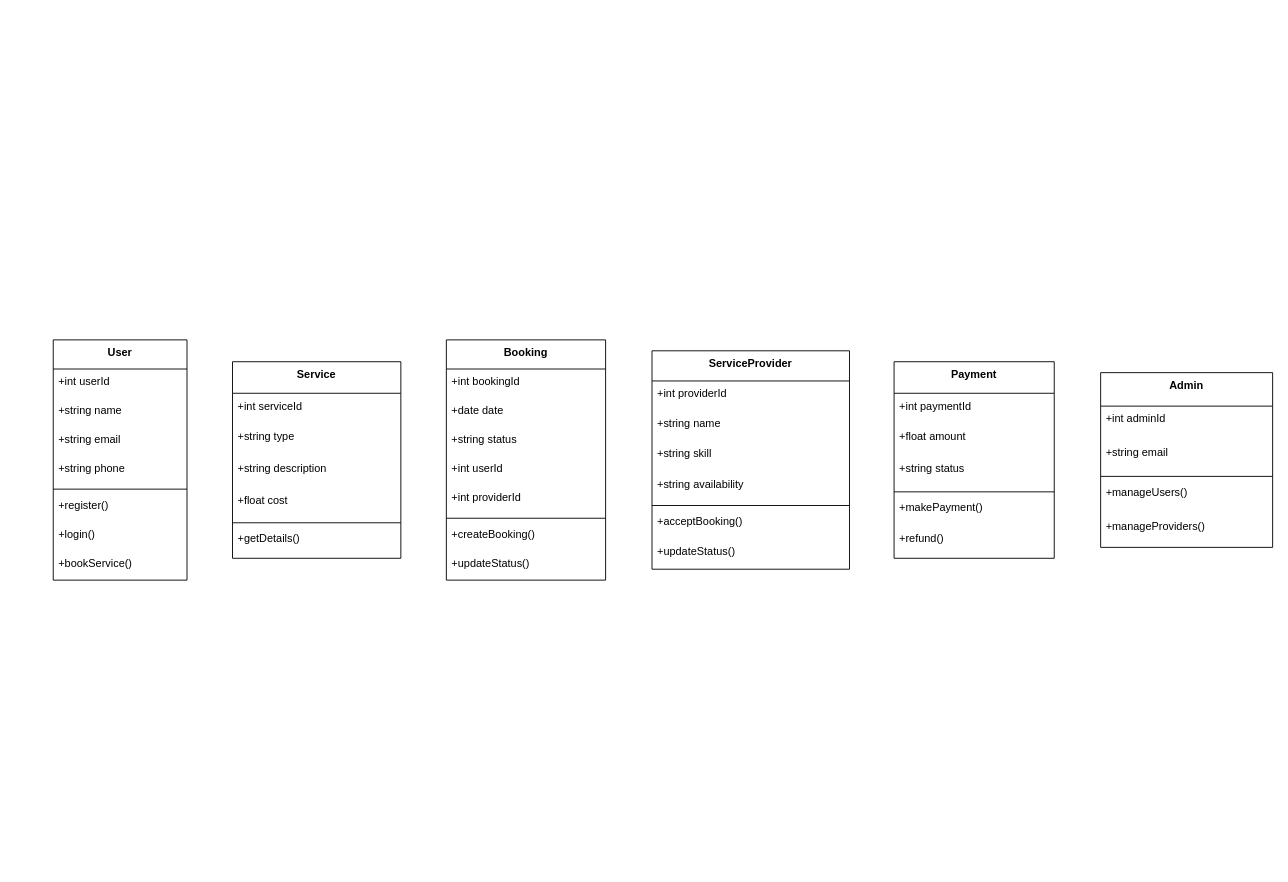
Above: Untitled Diagram.drawio in Dhanush29036/ok (draw.io), before the change. Source tidied: cells renumbered, new cells numbered last; positions are measured from the earlier drawing's top-left corner, leaving out a move shared by most shapes. Both pictures are drawn from the tidied source at 91%, with x=0, y=0 at pixel (53, 339).
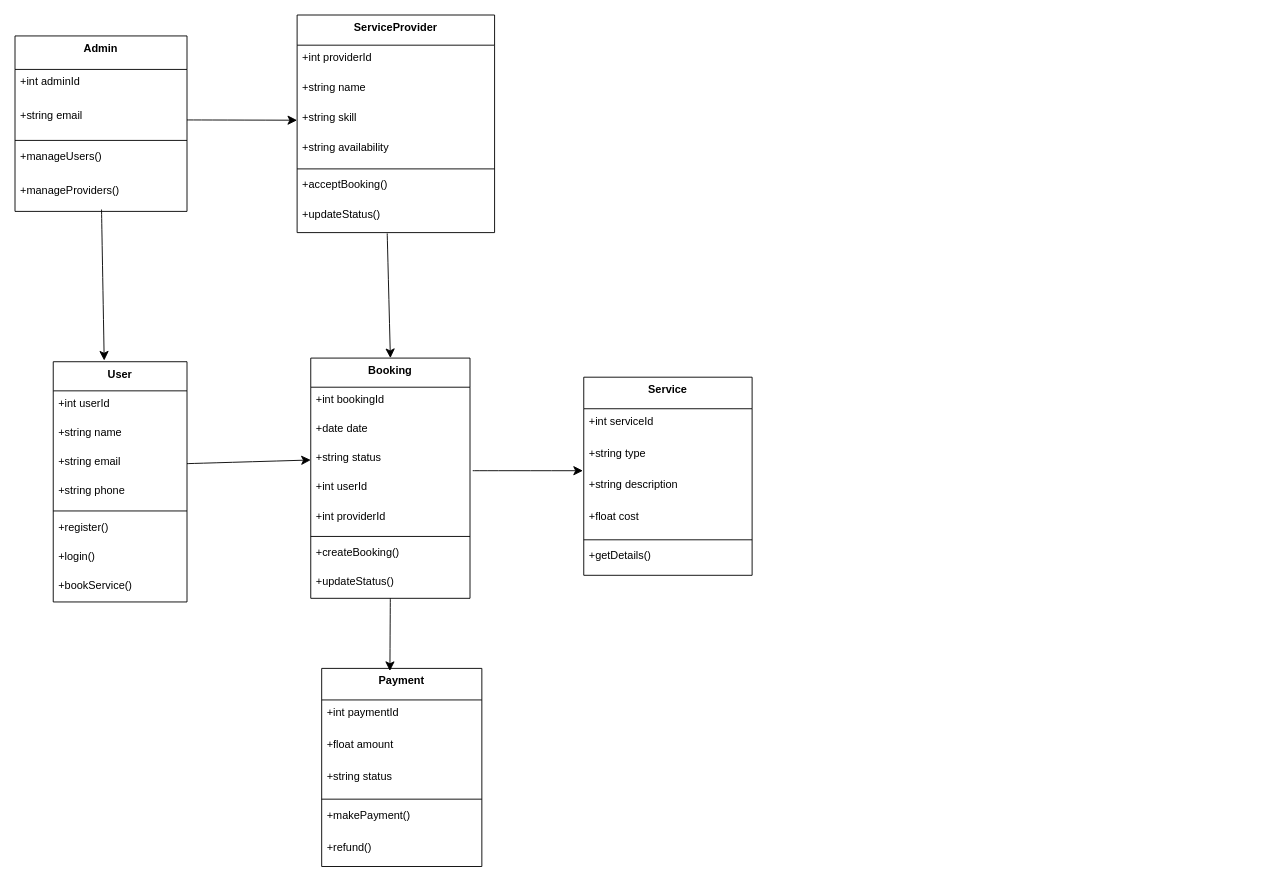
The same diagram, later.

The change refers to these unchanged cells:
```xml
<mxCell id="5" value="+string email" style="text;strokeColor=none;fillColor=none;align=left;verticalAlign=top;spacingLeft=4;spacingRight=4;overflow=hidden;points=[[0,0.5],[1,0.5]];portConstraint=eastwest;" parent="2" vertex="1">
  <mxGeometry y="96" width="147" height="32" as="geometry" />
</mxCell>
<mxCell id="21" value="+string status" style="text;strokeColor=none;fillColor=none;align=left;verticalAlign=top;spacingLeft=4;spacingRight=4;overflow=hidden;points=[[0,0.5],[1,0.5]];portConstraint=eastwest;" parent="18" vertex="1">
  <mxGeometry y="96" width="175" height="32" as="geometry" />
</mxCell>
<mxCell id="26" value="+updateStatus()" style="text;strokeColor=none;fillColor=none;align=left;verticalAlign=top;spacingLeft=4;spacingRight=4;overflow=hidden;points=[[0,0.5],[1,0.5]];portConstraint=eastwest;" parent="18" vertex="1">
  <mxGeometry y="232" width="175" height="32" as="geometry" />
</mxCell>
```

Change to the diagram source:
```diff
@@
     <mxCell id="2" value="User" style="swimlane;fontStyle=1;align=center;verticalAlign=top;horizontal=1;startSize=32;" parent="1" vertex="1">
-      <mxGeometry width="147" height="264" as="geometry" />
+      <mxGeometry y="24" width="147" height="264" as="geometry" />
     </mxCell>
@@
     <mxCell id="11" value="Service" style="swimlane;fontStyle=1;align=center;verticalAlign=top;horizontal=1;startSize=34.666666666666664;" parent="1" vertex="1">
-      <mxGeometry x="197" y="24" width="185" height="216" as="geometry" />
+      <mxGeometry x="583" y="41" width="185" height="217.7" as="geometry" />
     </mxCell>
     <mxCell id="12" value="+int serviceId" style="text;strokeColor=none;fillColor=none;align=left;verticalAlign=top;spacingLeft=4;spacingRight=4;overflow=hidden;" parent="11" vertex="1">
-      <mxGeometry y="35" width="185" height="35" as="geometry" />
+      <mxGeometry y="34.7" width="185" height="35" as="geometry" />
     </mxCell>
     <mxCell id="13" value="+string type" style="text;strokeColor=none;fillColor=none;align=left;verticalAlign=top;spacingLeft=4;spacingRight=4;overflow=hidden;" parent="11" vertex="1">
-      <mxGeometry y="69" width="185" height="35" as="geometry" />
+      <mxGeometry y="69.7" width="185" height="35" as="geometry" />
     </mxCell>
     <mxCell id="14" value="+string description" style="text;strokeColor=none;fillColor=none;align=left;verticalAlign=top;spacingLeft=4;spacingRight=4;overflow=hidden;points=[[0,0.5],[1,0.5]];portConstraint=eastwest;" parent="11" vertex="1">
-      <mxGeometry y="104" width="185" height="35" as="geometry" />
+      <mxGeometry y="104.7" width="185" height="35" as="geometry" />
     </mxCell>
     <mxCell id="15" value="+float cost" style="text;strokeColor=none;fillColor=none;align=left;verticalAlign=top;spacingLeft=4;spacingRight=4;overflow=hidden;" parent="11" vertex="1">
-      <mxGeometry y="139" width="185" height="35" as="geometry" />
+      <mxGeometry y="139.7" width="185" height="35" as="geometry" />
     </mxCell>
     <mxCell id="16" style="line;strokeWidth=1;fillColor=none;align=left;verticalAlign=middle;spacingTop=-1;spacingLeft=3;spacingRight=3;labelPosition=right;strokeColor=inherit;" parent="11" vertex="1">
-      <mxGeometry y="173" width="185" height="8" as="geometry" />
+      <mxGeometry y="174.7" width="185" height="8" as="geometry" />
     </mxCell>
     <mxCell id="17" value="+getDetails()" style="text;strokeColor=none;fillColor=none;align=left;verticalAlign=top;spacingLeft=4;spacingRight=4;overflow=hidden;" parent="11" vertex="1">
-      <mxGeometry y="181" width="185" height="35" as="geometry" />
+      <mxGeometry y="182.7" width="185" height="35" as="geometry" />
     </mxCell>
     <mxCell id="18" value="Booking" style="swimlane;fontStyle=1;align=center;verticalAlign=top;horizontal=1;startSize=32;" parent="1" vertex="1">
-      <mxGeometry x="432" width="175" height="264" as="geometry" />
+      <mxGeometry x="283" y="20" width="175" height="264" as="geometry" />
     </mxCell>
@@
     <mxCell id="27" value="ServiceProvider" style="swimlane;fontStyle=1;align=center;verticalAlign=top;horizontal=1;startSize=33.142857142857146;" parent="1" vertex="1">
-      <mxGeometry x="658" y="12" width="217" height="240" as="geometry" />
+      <mxGeometry x="268" y="-357" width="217" height="239.1" as="geometry" />
     </mxCell>
     <mxCell id="28" value="+int providerId" style="text;strokeColor=none;fillColor=none;align=left;verticalAlign=top;spacingLeft=4;spacingRight=4;overflow=hidden;" parent="27" vertex="1">
-      <mxGeometry y="33" width="217" height="33" as="geometry" />
+      <mxGeometry y="33.1" width="217" height="33" as="geometry" />
     </mxCell>
     <mxCell id="29" value="+string name" style="text;strokeColor=none;fillColor=none;align=left;verticalAlign=top;spacingLeft=4;spacingRight=4;overflow=hidden;" parent="27" vertex="1">
-      <mxGeometry y="66" width="217" height="33" as="geometry" />
+      <mxGeometry y="66.1" width="217" height="33" as="geometry" />
     </mxCell>
     <mxCell id="30" value="+string skill" style="text;strokeColor=none;fillColor=none;align=left;verticalAlign=top;spacingLeft=4;spacingRight=4;overflow=hidden;points=[[0,0.5],[1,0.5]];portConstraint=eastwest;" parent="27" vertex="1">
-      <mxGeometry y="99" width="217" height="33" as="geometry" />
+      <mxGeometry y="99.1" width="217" height="33" as="geometry" />
     </mxCell>
     <mxCell id="31" value="+string availability" style="text;strokeColor=none;fillColor=none;align=left;verticalAlign=top;spacingLeft=4;spacingRight=4;overflow=hidden;" parent="27" vertex="1">
-      <mxGeometry y="133" width="217" height="33" as="geometry" />
+      <mxGeometry y="132.1" width="217" height="33" as="geometry" />
     </mxCell>
     <mxCell id="32" style="line;strokeWidth=1;fillColor=none;align=left;verticalAlign=middle;spacingTop=-1;spacingLeft=3;spacingRight=3;labelPosition=right;strokeColor=inherit;" parent="27" vertex="1">
-      <mxGeometry y="166" width="217" height="8" as="geometry" />
+      <mxGeometry y="165.1" width="217" height="8" as="geometry" />
     </mxCell>
     <mxCell id="33" value="+acceptBooking()" style="text;strokeColor=none;fillColor=none;align=left;verticalAlign=top;spacingLeft=4;spacingRight=4;overflow=hidden;" parent="27" vertex="1">
-      <mxGeometry y="174" width="217" height="33" as="geometry" />
+      <mxGeometry y="173.1" width="217" height="33" as="geometry" />
     </mxCell>
     <mxCell id="34" value="+updateStatus()" style="text;strokeColor=none;fillColor=none;align=left;verticalAlign=top;spacingLeft=4;spacingRight=4;overflow=hidden;" parent="27" vertex="1">
-      <mxGeometry y="207" width="217" height="33" as="geometry" />
+      <mxGeometry y="206.1" width="217" height="33" as="geometry" />
     </mxCell>
     <mxCell id="35" value="Payment" style="swimlane;fontStyle=1;align=center;verticalAlign=top;horizontal=1;startSize=34.666666666666664;" parent="1" vertex="1">
-      <mxGeometry x="924" y="24" width="176" height="216" as="geometry" />
+      <mxGeometry x="295" y="361" width="176" height="217.7" as="geometry" />
     </mxCell>
     <mxCell id="36" value="+int paymentId" style="text;strokeColor=none;fillColor=none;align=left;verticalAlign=top;spacingLeft=4;spacingRight=4;overflow=hidden;" parent="35" vertex="1">
-      <mxGeometry y="35" width="176" height="35" as="geometry" />
+      <mxGeometry y="34.7" width="176" height="35" as="geometry" />
     </mxCell>
     <mxCell id="37" value="+float amount" style="text;strokeColor=none;fillColor=none;align=left;verticalAlign=top;spacingLeft=4;spacingRight=4;overflow=hidden;" parent="35" vertex="1">
-      <mxGeometry y="69" width="176" height="35" as="geometry" />
+      <mxGeometry y="69.7" width="176" height="35" as="geometry" />
     </mxCell>
     <mxCell id="38" value="+string status" style="text;strokeColor=none;fillColor=none;align=left;verticalAlign=top;spacingLeft=4;spacingRight=4;overflow=hidden;" parent="35" vertex="1">
-      <mxGeometry y="104" width="176" height="35" as="geometry" />
+      <mxGeometry y="104.7" width="176" height="35" as="geometry" />
     </mxCell>
     <mxCell id="39" style="line;strokeWidth=1;fillColor=none;align=left;verticalAlign=middle;spacingTop=-1;spacingLeft=3;spacingRight=3;labelPosition=right;strokeColor=inherit;" parent="35" vertex="1">
-      <mxGeometry y="139" width="176" height="8" as="geometry" />
+      <mxGeometry y="139.7" width="176" height="8" as="geometry" />
     </mxCell>
     <mxCell id="40" value="+makePayment()" style="text;strokeColor=none;fillColor=none;align=left;verticalAlign=top;spacingLeft=4;spacingRight=4;overflow=hidden;" parent="35" vertex="1">
-      <mxGeometry y="147" width="176" height="35" as="geometry" />
+      <mxGeometry y="147.7" width="176" height="35" as="geometry" />
     </mxCell>
     <mxCell id="41" value="+refund()" style="text;strokeColor=none;fillColor=none;align=left;verticalAlign=top;spacingLeft=4;spacingRight=4;overflow=hidden;" parent="35" vertex="1">
-      <mxGeometry y="181" width="176" height="35" as="geometry" />
+      <mxGeometry y="182.7" width="176" height="35" as="geometry" />
     </mxCell>
     <mxCell id="42" value="Admin" style="swimlane;fontStyle=1;align=center;verticalAlign=top;horizontal=1;startSize=36.8;" parent="1" vertex="1">
-      <mxGeometry x="1151" y="36" width="189" height="192" as="geometry" />
+      <mxGeometry x="-42" y="-334" width="189" height="192.8" as="geometry" />
     </mxCell>
     <mxCell id="43" value="+int adminId" style="text;strokeColor=none;fillColor=none;align=left;verticalAlign=top;spacingLeft=4;spacingRight=4;overflow=hidden;" parent="42" vertex="1">
-      <mxGeometry y="37" width="189" height="37" as="geometry" />
+      <mxGeometry y="36.8" width="189" height="37" as="geometry" />
     </mxCell>
     <mxCell id="44" value="+string email" style="text;strokeColor=none;fillColor=none;align=left;verticalAlign=top;spacingLeft=4;spacingRight=4;overflow=hidden;points=[[0,0.5],[1,0.5]];portConstraint=eastwest;" parent="42" vertex="1">
-      <mxGeometry y="74" width="189" height="37" as="geometry" />
+      <mxGeometry y="73.8" width="189" height="37" as="geometry" />
     </mxCell>
     <mxCell id="45" style="line;strokeWidth=1;fillColor=none;align=left;verticalAlign=middle;spacingTop=-1;spacingLeft=3;spacingRight=3;labelPosition=right;strokeColor=inherit;" parent="42" vertex="1">
-      <mxGeometry y="110" width="189" height="8" as="geometry" />
+      <mxGeometry y="110.8" width="189" height="8" as="geometry" />
     </mxCell>
     <mxCell id="46" value="+manageUsers()" style="text;strokeColor=none;fillColor=none;align=left;verticalAlign=top;spacingLeft=4;spacingRight=4;overflow=hidden;" parent="42" vertex="1">
-      <mxGeometry y="118" width="189" height="37" as="geometry" />
+      <mxGeometry y="118.8" width="189" height="37" as="geometry" />
     </mxCell>
     <mxCell id="47" value="+manageProviders()" style="text;strokeColor=none;fillColor=none;align=left;verticalAlign=top;spacingLeft=4;spacingRight=4;overflow=hidden;points=[[0,0.5],[1,0.5]];portConstraint=eastwest;" parent="42" vertex="1">
-      <mxGeometry y="155" width="189" height="37" as="geometry" />
+      <mxGeometry y="155.8" width="189" height="37" as="geometry" />
     </mxCell>
+    <mxCell id="48" style="endArrow=classic;html=1;rounded=0;fontSize=12;startSize=8;endSize=8;curved=1;exitX=1;exitY=0.5;exitDx=0;exitDy=0;entryX=0;entryY=0.5;entryDx=0;entryDy=0;" parent="1" edge="1" source="5" target="21">
+      <mxGeometry relative="1" as="geometry" />
+    </mxCell>
+    <mxCell id="49" style="endArrow=classic;html=1;rounded=0;fontSize=12;startSize=8;endSize=8;curved=1;entryX=0.5;entryY=0;entryDx=0;entryDy=0;" parent="1" edge="1" target="18">
+      <mxGeometry relative="1" as="geometry">
+        <mxPoint x="367" y="-117" as="sourcePoint" />
+      </mxGeometry>
+    </mxCell>
+    <mxCell id="50" style="endArrow=classic;html=1;rounded=0;fontSize=12;startSize=8;endSize=8;curved=1;exitX=1.017;exitY=0.867;exitDx=0;exitDy=0;exitPerimeter=0;entryX=-0.005;entryY=-0.055;entryDx=0;entryDy=0;entryPerimeter=0;" parent="1" edge="1" source="21" target="14">
+      <mxGeometry relative="1" as="geometry" />
+    </mxCell>
+    <mxCell id="51" style="endArrow=classic;html=1;rounded=0;fontSize=12;startSize=8;endSize=8;curved=1;entryX=0.426;entryY=0.013;entryDx=0;entryDy=0;entryPerimeter=0;" parent="1" edge="1" source="26" target="35">
+      <mxGeometry relative="1" as="geometry" />
+    </mxCell>
+    <mxCell id="52" style="endArrow=classic;html=1;rounded=0;fontSize=12;startSize=8;endSize=8;curved=1;exitX=0.503;exitY=0.945;exitDx=0;exitDy=0;exitPerimeter=0;entryX=0.381;entryY=-0.005;entryDx=0;entryDy=0;entryPerimeter=0;" parent="1" edge="1" source="47" target="2">
+      <mxGeometry relative="1" as="geometry" />
+    </mxCell>
+    <mxCell id="53" style="endArrow=classic;html=1;rounded=0;fontSize=12;startSize=8;endSize=8;curved=1;exitX=1;exitY=0.5;exitDx=0;exitDy=0;entryX=0;entryY=0.5;entryDx=0;entryDy=0;" parent="1" edge="1" source="44" target="30">
+      <mxGeometry relative="1" as="geometry" />
+    </mxCell>
```
